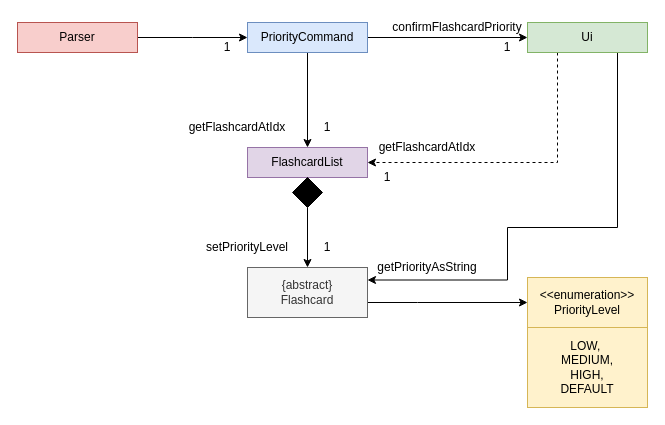
Earlier version of the draw.io diagram docs/images/SetPriorityFeatureClassDiagram.drawio (sliu107/tp). Source tidied: cells renumbered, new cells numbered last; positions are measured from the earlier drawing's top-left corner, leaving out a move shared by most shapes. Both pictures are drawn from the tidied source at 100%, with x=0, y=0 at pixel (17, 17).
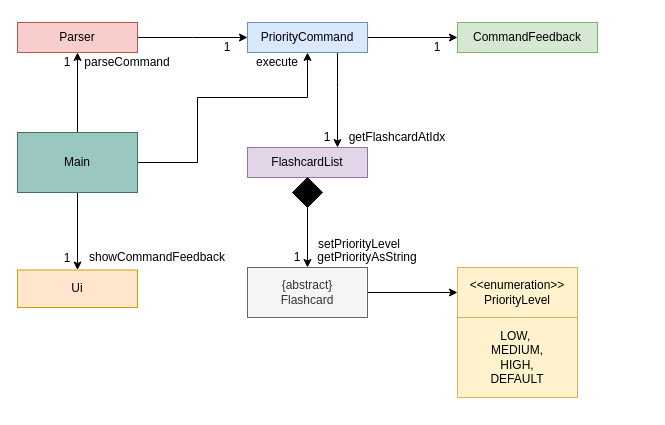
The same diagram, later.

Commit message (it also covers changes not shown here):
Add colour to Flashcard again

Oops, made a careless mistake just now

Unchanged cells that the change refers to:
```xml
<mxCell id="3" value="Parser" style="rounded=0;whiteSpace=wrap;html=1;fillColor=#f8cecc;strokeColor=#b85450;" parent="1" vertex="1">
  <mxGeometry y="5" width="120" height="30" as="geometry" />
</mxCell>
<mxCell id="6" value="PriorityCommand" style="rounded=0;whiteSpace=wrap;html=1;fillColor=#dae8fc;strokeColor=#6c8ebf;" parent="1" vertex="1">
  <mxGeometry x="230" y="5" width="120" height="30" as="geometry" />
</mxCell>
<mxCell id="11" value="FlashcardList" style="rounded=0;whiteSpace=wrap;html=1;fillColor=#e1d5e7;strokeColor=#9673a6;" parent="1" vertex="1">
  <mxGeometry x="230" y="130" width="120" height="30" as="geometry" />
</mxCell>
<mxCell id="13" value="{abstract}&lt;br&gt;Flashcard" style="rounded=0;whiteSpace=wrap;html=1;fillColor=#f5f5f5;strokeColor=#666666;fontColor=#333333;" parent="1" vertex="1">
  <mxGeometry x="230" y="250" width="120" height="50" as="geometry" />
</mxCell>
```

What changed in the source:
```diff
@@
     <mxCell id="5" style="edgeStyle=orthogonalEdgeStyle;rounded=0;jettySize=auto;html=1;" parent="1" edge="1" source="6" target="11">
-      <mxGeometry relative="1" as="geometry" />
+      <mxGeometry relative="1" as="geometry">
+        <Array as="points">
+          <mxPoint x="320" y="70" />
+          <mxPoint x="320" y="70" />
+        </Array>
+      </mxGeometry>
     </mxCell>
@@
-    <mxCell id="7" style="edgeStyle=orthogonalEdgeStyle;rounded=0;jettySize=auto;html=1;entryX=1;entryY=0.5;entryDx=0;entryDy=0;dashed=1;" parent="1" edge="1" source="9" target="11">
-      <mxGeometry relative="1" as="geometry">
-        <Array as="points">
-          <mxPoint x="540" y="145" />
-        </Array>
-      </mxGeometry>
-    </mxCell>
-    <mxCell id="8" style="edgeStyle=orthogonalEdgeStyle;rounded=0;jettySize=auto;html=1;entryX=1;entryY=0.25;entryDx=0;entryDy=0;" parent="1" edge="1" source="9" target="13">
-      <mxGeometry relative="1" as="geometry">
-        <Array as="points">
-          <mxPoint x="600" y="210" />
-          <mxPoint x="490" y="210" />
-          <mxPoint x="490" y="263" />
-        </Array>
-      </mxGeometry>
-    </mxCell>
-    <mxCell id="9" value="Ui" style="rounded=0;whiteSpace=wrap;html=1;fillColor=#d5e8d4;strokeColor=#82b366;" parent="1" vertex="1">
-      <mxGeometry x="510" y="5" width="120" height="30" as="geometry" />
+    <mxCell id="9" value="CommandFeedback" style="rounded=0;whiteSpace=wrap;html=1;fillColor=#d5e8d4;strokeColor=#82b366;" parent="1" vertex="1">
+      <mxGeometry x="440" y="5" width="140" height="30" as="geometry" />
     </mxCell>
@@
-    <mxCell id="12" style="edgeStyle=orthogonalEdgeStyle;rounded=0;jettySize=auto;html=1;entryX=0;entryY=0.5;entryDx=0;entryDy=0;" parent="1" edge="1" source="13" target="15">
-      <mxGeometry relative="1" as="geometry">
-        <Array as="points">
-          <mxPoint x="400" y="285" />
-          <mxPoint x="400" y="285" />
-        </Array>
-      </mxGeometry>
+    <mxCell id="12" style="edgeStyle=orthogonalEdgeStyle;rounded=0;jettySize=auto;html=1;" parent="1" edge="1" source="13" target="15">
+      <mxGeometry relative="1" as="geometry" />
     </mxCell>
@@
     <mxCell id="15" value="&amp;lt;&amp;lt;enumeration&amp;gt;&amp;gt;&lt;br&gt;PriorityLevel" style="rounded=0;whiteSpace=wrap;html=1;fillColor=#fff2cc;strokeColor=#d6b656;" parent="1" vertex="1">
-      <mxGeometry x="510" y="260" width="120" height="50" as="geometry" />
+      <mxGeometry x="440" y="250" width="120" height="50" as="geometry" />
     </mxCell>
     <mxCell id="16" value="LOW,&amp;nbsp;&lt;br&gt;MEDIUM,&lt;br&gt;HIGH,&lt;br&gt;DEFAULT" style="rounded=0;whiteSpace=wrap;html=1;fillColor=#fff2cc;strokeColor=#d6b656;" parent="1" vertex="1">
-      <mxGeometry x="510" y="310" width="120" height="80" as="geometry" />
+      <mxGeometry x="440" y="300" width="120" height="80" as="geometry" />
     </mxCell>
     <mxCell id="17" value="getFlashcardAtIdx" style="text;html=1;strokeColor=none;fillColor=none;align=center;verticalAlign=middle;whiteSpace=wrap;rounded=0;" parent="1" vertex="1">
-      <mxGeometry x="160" y="100" width="120" height="20" as="geometry" />
+      <mxGeometry x="320" y="110" width="120" height="20" as="geometry" />
     </mxCell>
     <mxCell id="18" value="1" style="text;html=1;strokeColor=none;fillColor=none;align=center;verticalAlign=middle;whiteSpace=wrap;rounded=0;" parent="1" vertex="1">
-      <mxGeometry x="290" y="220" width="40" height="20" as="geometry" />
+      <mxGeometry x="260" y="230" width="40" height="20" as="geometry" />
     </mxCell>
     <mxCell id="19" value="setPriorityLevel" style="text;html=1;strokeColor=none;fillColor=none;align=center;verticalAlign=middle;whiteSpace=wrap;rounded=0;" parent="1" vertex="1">
-      <mxGeometry x="170" y="220" width="120" height="20" as="geometry" />
+      <mxGeometry x="282" y="217" width="120" height="20" as="geometry" />
     </mxCell>
     <mxCell id="20" value="1" style="text;html=1;strokeColor=none;fillColor=none;align=center;verticalAlign=middle;whiteSpace=wrap;rounded=0;" parent="1" vertex="1">
-      <mxGeometry x="290" y="100" width="40" height="20" as="geometry" />
+      <mxGeometry x="290" y="110" width="40" height="20" as="geometry" />
     </mxCell>
-    <mxCell id="21" value="confirmFlashcardPriority" style="text;html=1;strokeColor=none;fillColor=none;align=center;verticalAlign=middle;whiteSpace=wrap;rounded=0;" parent="1" vertex="1">
-      <mxGeometry x="370" width="140" height="20" as="geometry" />
-    </mxCell>
-    <mxCell id="22" value="getFlashcardAtIdx" style="text;html=1;strokeColor=none;fillColor=none;align=center;verticalAlign=middle;whiteSpace=wrap;rounded=0;" parent="1" vertex="1">
-      <mxGeometry x="350" y="120" width="120" height="20" as="geometry" />
-    </mxCell>
-    <mxCell id="23" value="1" style="text;html=1;strokeColor=none;fillColor=none;align=center;verticalAlign=middle;whiteSpace=wrap;rounded=0;" parent="1" vertex="1">
-      <mxGeometry x="350" y="150" width="40" height="20" as="geometry" />
-    </mxCell>
     <mxCell id="24" value="1" style="text;html=1;strokeColor=none;fillColor=none;align=center;verticalAlign=middle;whiteSpace=wrap;rounded=0;" parent="1" vertex="1">
-      <mxGeometry x="470" y="20" width="40" height="20" as="geometry" />
+      <mxGeometry x="400" y="20" width="40" height="20" as="geometry" />
     </mxCell>
     <mxCell id="25" value="getPriorityAsString" style="text;html=1;strokeColor=none;fillColor=none;align=center;verticalAlign=middle;whiteSpace=wrap;rounded=0;" parent="1" vertex="1">
-      <mxGeometry x="350" y="240" width="120" height="20" as="geometry" />
+      <mxGeometry x="290" y="230" width="120" height="20" as="geometry" />
     </mxCell>
@@
+    <mxCell id="27" style="edgeStyle=orthogonalEdgeStyle;rounded=0;jettySize=auto;html=1;entryX=0.5;entryY=1;entryDx=0;entryDy=0;" parent="1" edge="1" source="30" target="3">
+      <mxGeometry relative="1" as="geometry" />
+    </mxCell>
+    <mxCell id="28" style="edgeStyle=orthogonalEdgeStyle;rounded=0;jettySize=auto;html=1;" parent="1" edge="1" source="30" target="6">
+      <mxGeometry relative="1" as="geometry">
+        <Array as="points">
+          <mxPoint x="180" y="145" />
+          <mxPoint x="180" y="80" />
+          <mxPoint x="290" y="80" />
+        </Array>
+      </mxGeometry>
+    </mxCell>
+    <mxCell id="29" style="edgeStyle=orthogonalEdgeStyle;rounded=0;jettySize=auto;html=1;entryX=0.5;entryY=0;entryDx=0;entryDy=0;" parent="1" edge="1" source="30" target="34">
+      <mxGeometry relative="1" as="geometry" />
+    </mxCell>
+    <mxCell id="30" value="Main" style="rounded=0;whiteSpace=wrap;html=1;fillColor=#9AC7BF;strokeColor=#447068;" parent="1" vertex="1">
+      <mxGeometry y="115" width="120" height="60" as="geometry" />
+    </mxCell>
+    <mxCell id="31" value="parseCommand" style="text;html=1;strokeColor=none;fillColor=none;align=center;verticalAlign=middle;whiteSpace=wrap;rounded=0;" parent="1" vertex="1">
+      <mxGeometry x="50" y="35" width="120" height="20" as="geometry" />
+    </mxCell>
+    <mxCell id="32" value="1" style="text;html=1;strokeColor=none;fillColor=none;align=center;verticalAlign=middle;whiteSpace=wrap;rounded=0;" parent="1" vertex="1">
+      <mxGeometry x="30" y="35" width="40" height="20" as="geometry" />
+    </mxCell>
+    <mxCell id="33" value="execute" style="text;html=1;strokeColor=none;fillColor=none;align=center;verticalAlign=middle;whiteSpace=wrap;rounded=0;" parent="1" vertex="1">
+      <mxGeometry x="200" y="35" width="120" height="20" as="geometry" />
+    </mxCell>
+    <mxCell id="34" value="Ui" style="rounded=0;whiteSpace=wrap;html=1;fillColor=#ffe6cc;strokeColor=#d79b00;" parent="1" vertex="1">
+      <mxGeometry y="252.5" width="120" height="37.5" as="geometry" />
+    </mxCell>
+    <mxCell id="35" value="showCommandFeedback" style="text;html=1;strokeColor=none;fillColor=none;align=center;verticalAlign=middle;whiteSpace=wrap;rounded=0;" parent="1" vertex="1">
+      <mxGeometry x="80" y="230" width="120" height="20" as="geometry" />
+    </mxCell>
+    <mxCell id="36" value="1" style="text;html=1;strokeColor=none;fillColor=none;align=center;verticalAlign=middle;whiteSpace=wrap;rounded=0;" parent="1" vertex="1">
+      <mxGeometry x="30" y="230.5" width="40" height="20" as="geometry" />
+    </mxCell>
```
